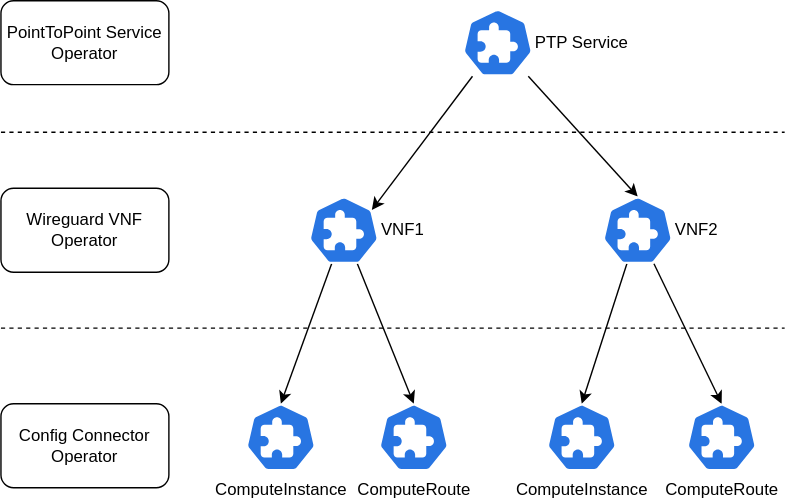
LeegenSteven/NetworkAgent-dev keeps this draw.io diagram as drawings/lifecycle/service-resource.drawio.svg. Above is the earlier version. Source tidied: cells renumbered, new cells last; positions are measured from the earlier drawing's top-left corner, leaving out a move shared by most shapes. Source of this version:
```xml
<mxGraphModel>
  <root>
    <mxCell id="0" />
    <mxCell id="1" parent="0" />
    <mxCell id="2" value="PointToPoint Service Operator" style="rounded=1;whiteSpace=wrap;html=1;" parent="1" vertex="1">
      <mxGeometry width="120" height="60" as="geometry" />
    </mxCell>
    <mxCell id="3" value="Wireguard VNF&lt;br&gt;Operator" style="rounded=1;whiteSpace=wrap;html=1;" parent="1" vertex="1">
      <mxGeometry y="134" width="120" height="60" as="geometry" />
    </mxCell>
    <mxCell id="4" style="edgeStyle=none;html=1;entryX=0.9;entryY=0.2;entryDx=0;entryDy=0;entryPerimeter=0;" parent="1" edge="1" source="6" target="9">
      <mxGeometry relative="1" as="geometry" />
    </mxCell>
    <mxCell id="5" style="edgeStyle=none;html=1;entryX=0.5;entryY=0;entryDx=0;entryDy=0;entryPerimeter=0;" parent="1" edge="1" source="6" target="14">
      <mxGeometry relative="1" as="geometry" />
    </mxCell>
    <mxCell id="6" value="PTP Service" style="sketch=0;html=1;dashed=0;whitespace=wrap;fillColor=#2875E2;strokeColor=#ffffff;points=[[0.005,0.63,0],[0.1,0.2,0],[0.9,0.2,0],[0.5,0,0],[0.995,0.63,0],[0.72,0.99,0],[0.5,1,0],[0.28,0.99,0]];verticalLabelPosition=middle;align=left;verticalAlign=middle;shape=mxgraph.kubernetes.icon;prIcon=crd;labelPosition=right;" parent="1" vertex="1">
      <mxGeometry x="330" y="6" width="50" height="48" as="geometry" />
    </mxCell>
    <mxCell id="7" style="edgeStyle=none;html=1;entryX=0.5;entryY=0;entryDx=0;entryDy=0;entryPerimeter=0;" parent="1" edge="1" source="9" target="10">
      <mxGeometry relative="1" as="geometry" />
    </mxCell>
    <mxCell id="8" style="edgeStyle=none;html=1;entryX=0.5;entryY=0;entryDx=0;entryDy=0;entryPerimeter=0;" parent="1" edge="1" source="9" target="17">
      <mxGeometry relative="1" as="geometry" />
    </mxCell>
    <mxCell id="9" value="VNF1" style="sketch=0;html=1;dashed=0;whitespace=wrap;fillColor=#2875E2;strokeColor=#ffffff;points=[[0.005,0.63,0],[0.1,0.2,0],[0.9,0.2,0],[0.5,0,0],[0.995,0.63,0],[0.72,0.99,0],[0.5,1,0],[0.28,0.99,0]];verticalLabelPosition=middle;align=left;verticalAlign=middle;shape=mxgraph.kubernetes.icon;prIcon=crd;labelPosition=right;" parent="1" vertex="1">
      <mxGeometry x="220" y="140" width="50" height="48" as="geometry" />
    </mxCell>
    <mxCell id="10" value="ComputeInstance" style="sketch=0;html=1;dashed=0;whitespace=wrap;fillColor=#2875E2;strokeColor=#ffffff;points=[[0.005,0.63,0],[0.1,0.2,0],[0.9,0.2,0],[0.5,0,0],[0.995,0.63,0],[0.72,0.99,0],[0.5,1,0],[0.28,0.99,0]];verticalLabelPosition=bottom;align=center;verticalAlign=top;shape=mxgraph.kubernetes.icon;prIcon=crd;" parent="1" vertex="1">
      <mxGeometry x="175" y="288" width="50" height="48" as="geometry" />
    </mxCell>
    <mxCell id="11" value="Config Connector&lt;br&gt;Operator" style="rounded=1;whiteSpace=wrap;html=1;" parent="1" vertex="1">
      <mxGeometry y="288" width="120" height="60" as="geometry" />
    </mxCell>
    <mxCell id="12" style="edgeStyle=none;html=1;entryX=0.5;entryY=0;entryDx=0;entryDy=0;entryPerimeter=0;" parent="1" edge="1" source="14" target="15">
      <mxGeometry relative="1" as="geometry" />
    </mxCell>
    <mxCell id="13" style="edgeStyle=none;html=1;entryX=0.5;entryY=0;entryDx=0;entryDy=0;entryPerimeter=0;" parent="1" edge="1" source="14" target="16">
      <mxGeometry relative="1" as="geometry" />
    </mxCell>
    <mxCell id="14" value="VNF2" style="sketch=0;html=1;dashed=0;whitespace=wrap;fillColor=#2875E2;strokeColor=#ffffff;points=[[0.005,0.63,0],[0.1,0.2,0],[0.9,0.2,0],[0.5,0,0],[0.995,0.63,0],[0.72,0.99,0],[0.5,1,0],[0.28,0.99,0]];verticalLabelPosition=middle;align=left;verticalAlign=middle;shape=mxgraph.kubernetes.icon;prIcon=crd;labelPosition=right;" parent="1" vertex="1">
      <mxGeometry x="430" y="140" width="50" height="48" as="geometry" />
    </mxCell>
    <mxCell id="15" value="ComputeInstance" style="sketch=0;html=1;dashed=0;whitespace=wrap;fillColor=#2875E2;strokeColor=#ffffff;points=[[0.005,0.63,0],[0.1,0.2,0],[0.9,0.2,0],[0.5,0,0],[0.995,0.63,0],[0.72,0.99,0],[0.5,1,0],[0.28,0.99,0]];verticalLabelPosition=bottom;align=center;verticalAlign=top;shape=mxgraph.kubernetes.icon;prIcon=crd;" parent="1" vertex="1">
      <mxGeometry x="390" y="288" width="50" height="48" as="geometry" />
    </mxCell>
    <mxCell id="16" value="ComputeRoute" style="sketch=0;html=1;dashed=0;whitespace=wrap;fillColor=#2875E2;strokeColor=#ffffff;points=[[0.005,0.63,0],[0.1,0.2,0],[0.9,0.2,0],[0.5,0,0],[0.995,0.63,0],[0.72,0.99,0],[0.5,1,0],[0.28,0.99,0]];verticalLabelPosition=bottom;align=center;verticalAlign=top;shape=mxgraph.kubernetes.icon;prIcon=crd;" parent="1" vertex="1">
      <mxGeometry x="490" y="288" width="50" height="48" as="geometry" />
    </mxCell>
    <mxCell id="17" value="ComputeRoute" style="sketch=0;html=1;dashed=0;whitespace=wrap;fillColor=#2875E2;strokeColor=#ffffff;points=[[0.005,0.63,0],[0.1,0.2,0],[0.9,0.2,0],[0.5,0,0],[0.995,0.63,0],[0.72,0.99,0],[0.5,1,0],[0.28,0.99,0]];verticalLabelPosition=bottom;align=center;verticalAlign=top;shape=mxgraph.kubernetes.icon;prIcon=crd;" parent="1" vertex="1">
      <mxGeometry x="270" y="288" width="50" height="48" as="geometry" />
    </mxCell>
    <mxCell id="18" style="endArrow=none;html=1;dashed=1;" parent="1" edge="1">
      <mxGeometry relative="1" as="geometry">
        <mxPoint y="94" as="sourcePoint" />
        <mxPoint x="560" y="94" as="targetPoint" />
      </mxGeometry>
    </mxCell>
    <mxCell id="19" style="endArrow=none;html=1;dashed=1;" parent="1" edge="1">
      <mxGeometry relative="1" as="geometry">
        <mxPoint y="234" as="sourcePoint" />
        <mxPoint x="560" y="234" as="targetPoint" />
      </mxGeometry>
    </mxCell>
  </root>
</mxGraphModel>
```
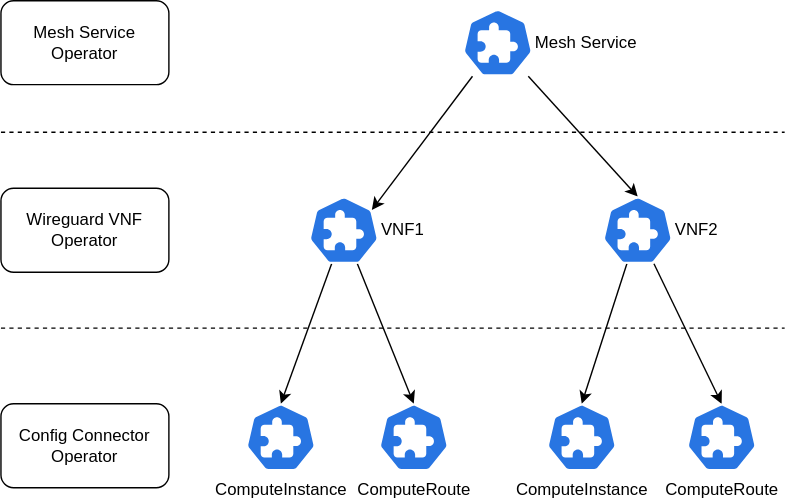
After the change.

Change to the diagram source:
```diff
@@ -2,7 +2,7 @@
   <root>
     <mxCell id="0" />
     <mxCell id="1" parent="0" />
-    <mxCell id="2" value="PointToPoint Service Operator" style="rounded=1;whiteSpace=wrap;html=1;" parent="1" vertex="1">
+    <mxCell id="2" value="Mesh Service Operator" style="rounded=1;whiteSpace=wrap;html=1;" parent="1" vertex="1">
       <mxGeometry width="120" height="60" as="geometry" />
     </mxCell>
     <mxCell id="3" value="Wireguard VNF&lt;br&gt;Operator" style="rounded=1;whiteSpace=wrap;html=1;" parent="1" vertex="1">
@@ -14,7 +14,7 @@
     <mxCell id="5" style="edgeStyle=none;html=1;entryX=0.5;entryY=0;entryDx=0;entryDy=0;entryPerimeter=0;" parent="1" edge="1" source="6" target="14">
       <mxGeometry relative="1" as="geometry" />
     </mxCell>
-    <mxCell id="6" value="PTP Service" style="sketch=0;html=1;dashed=0;whitespace=wrap;fillColor=#2875E2;strokeColor=#ffffff;points=[[0.005,0.63,0],[0.1,0.2,0],[0.9,0.2,0],[0.5,0,0],[0.995,0.63,0],[0.72,0.99,0],[0.5,1,0],[0.28,0.99,0]];verticalLabelPosition=middle;align=left;verticalAlign=middle;shape=mxgraph.kubernetes.icon;prIcon=crd;labelPosition=right;" parent="1" vertex="1">
+    <mxCell id="6" value="Mesh Service" style="sketch=0;html=1;dashed=0;whitespace=wrap;fillColor=#2875E2;strokeColor=#ffffff;points=[[0.005,0.63,0],[0.1,0.2,0],[0.9,0.2,0],[0.5,0,0],[0.995,0.63,0],[0.72,0.99,0],[0.5,1,0],[0.28,0.99,0]];verticalLabelPosition=middle;align=left;verticalAlign=middle;shape=mxgraph.kubernetes.icon;prIcon=crd;labelPosition=right;" parent="1" vertex="1">
       <mxGeometry x="330" y="6" width="50" height="48" as="geometry" />
     </mxCell>
     <mxCell id="7" style="edgeStyle=none;html=1;entryX=0.5;entryY=0;entryDx=0;entryDy=0;entryPerimeter=0;" parent="1" edge="1" source="9" target="10">
```
